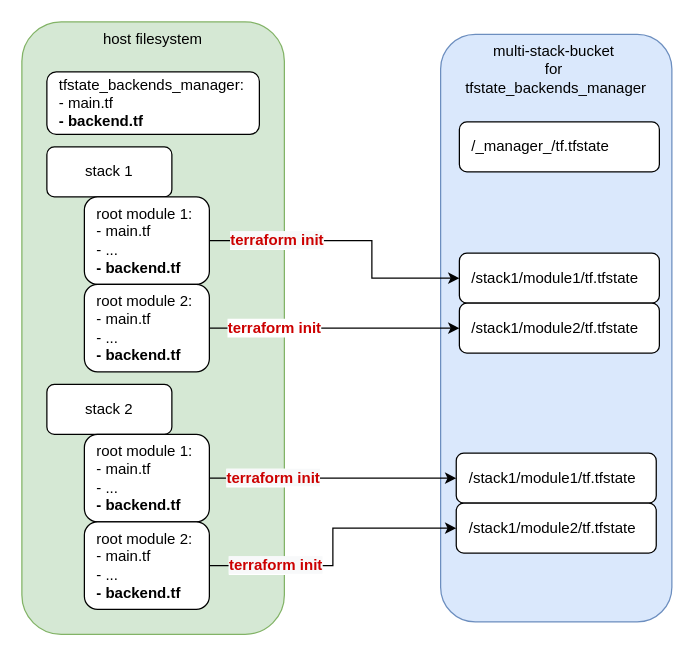
schollii/terraform-aws-multi-stack-backends keeps this draw.io diagram as page "Move TF states to S3" (2 of 2) of examples/simple/diagrams.drawio. Above is the earlier version. Source tidied: cells renumbered, new cells numbered last; positions are measured from the earlier drawing's top-left corner, leaving out a move shared by most shapes. Both pictures are drawn from the tidied source at 125%, with x=0, y=0 at pixel (21, 21).
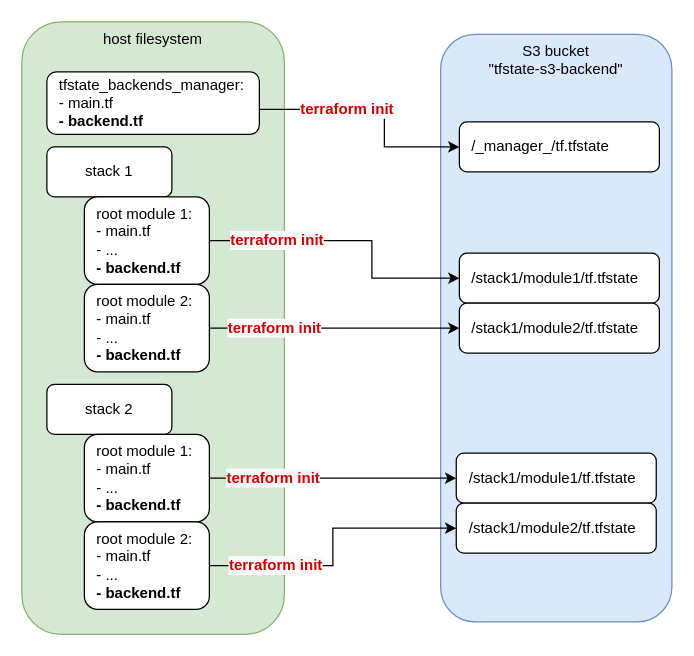
The same page after the edit.

Change to the diagram source:
```diff
@@
-    <mxCell id="3" value="multi-stack-bucket&amp;nbsp;&lt;br&gt;for&amp;nbsp;&lt;br&gt;&lt;span style=&quot;text-align: left&quot;&gt;tfstate_backends_manager&lt;/span&gt;" style="rounded=1;whiteSpace=wrap;html=1;horizontal=1;verticalAlign=top;fillColor=#dae8fc;strokeColor=#6c8ebf;" parent="1" vertex="1">
+    <mxCell id="3" value="S3 bucket &lt;br&gt;&quot;tfstate-s3-backend&quot;" style="rounded=1;whiteSpace=wrap;html=1;horizontal=1;verticalAlign=top;fillColor=#dae8fc;strokeColor=#6c8ebf;" parent="1" vertex="1">
       <mxGeometry x="335" y="10" width="185" height="470" as="geometry" />
     </mxCell>
@@
+    <mxCell id="20" value="&lt;span style=&quot;color: rgb(204 , 0 , 0) ; font-size: 12px ; font-weight: 700 ; background-color: rgb(248 , 249 , 250)&quot;&gt;terraform init&lt;/span&gt;" style="edgeStyle=orthogonalEdgeStyle;rounded=0;orthogonalLoop=1;jettySize=auto;html=1;" parent="1" edge="1">
+      <mxGeometry x="-0.26" relative="1" as="geometry">
+        <mxPoint x="190" y="70" as="sourcePoint" />
+        <mxPoint x="350" y="100" as="targetPoint" />
+        <Array as="points">
+          <mxPoint x="290" y="70" />
+          <mxPoint x="290" y="100" />
+        </Array>
+      </mxGeometry>
+    </mxCell>
```
